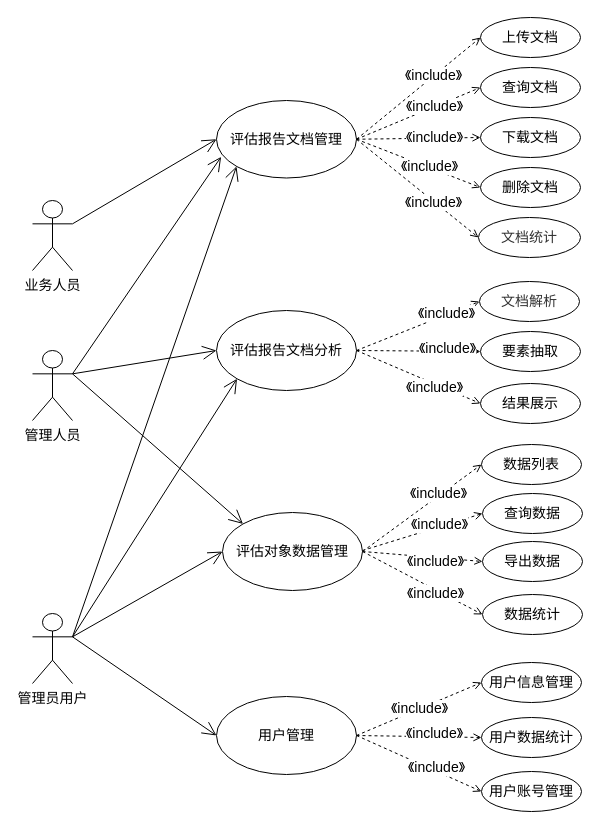
lang22/DocAI_UML keeps this draw.io diagram as user_case.drawio. Above is the earlier version. Source tidied: cells renumbered, new cells numbered last; positions are measured from the earlier drawing's top-left corner, leaving out a move shared by most shapes. Both pictures are drawn from the tidied source at 100%, with x=0, y=0 at pixel (32, 17).
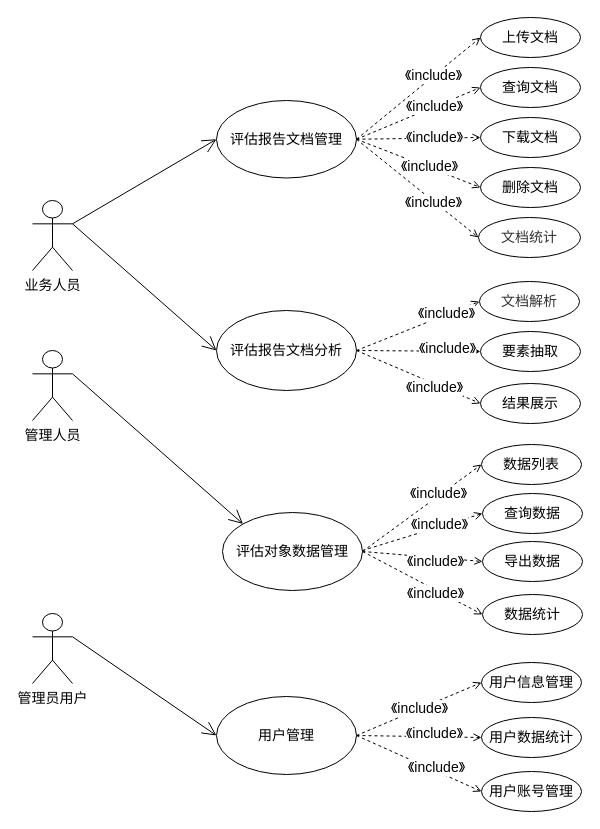
The same page after the edit.

Unchanged cells that the change refers to:
```xml
<mxCell id="6" value="评估报告文档管理" style="ellipse;whiteSpace=wrap;html=1;fontFamily=Arial;fontSize=14;" parent="1" vertex="1">
  <mxGeometry x="184" y="83" width="140" height="77.5" as="geometry" />
</mxCell>
<mxCell id="11" value="评估对象数据管理" style="ellipse;whiteSpace=wrap;html=1;fontFamily=Arial;fontSize=14;" parent="1" vertex="1">
  <mxGeometry x="190" y="495" width="140" height="78" as="geometry" />
</mxCell>
<mxCell id="24" value="评估报告文档分析" style="ellipse;whiteSpace=wrap;html=1;fontFamily=Arial;fontSize=14;" parent="1" vertex="1">
  <mxGeometry x="184" y="293" width="140" height="80" as="geometry" />
</mxCell>
<mxCell id="25" value="业务人员" style="shape=umlActor;verticalLabelPosition=bottom;verticalAlign=top;html=1;fontFamily=Arial;fontSize=14;" parent="1" vertex="1">
  <mxGeometry y="183" width="40" height="70" as="geometry" />
</mxCell>
<mxCell id="46" value="管理人员" style="shape=umlActor;verticalLabelPosition=bottom;verticalAlign=top;html=1;fontFamily=Arial;fontSize=14;" parent="1" vertex="1">
  <mxGeometry y="333" width="40" height="70" as="geometry" />
</mxCell>
<mxCell id="47" value="管理员用户" style="shape=umlActor;verticalLabelPosition=bottom;verticalAlign=top;html=1;fontFamily=Arial;fontSize=14;" parent="1" vertex="1">
  <mxGeometry y="596" width="40" height="70" as="geometry" />
</mxCell>
```

What changed in the source:
```diff
@@
-    <mxCell id="48" style="endArrow=open;endSize=12;html=1;rounded=0;exitX=1;exitY=0.3333333333333333;exitDx=0;exitDy=0;exitPerimeter=0;entryX=0.033;entryY=0.727;entryDx=0;entryDy=0;entryPerimeter=0;fontFamily=Arial;fontSize=14;" parent="1" edge="1" source="46" target="6">
-      <mxGeometry x="0.14" y="-19" relative="1" as="geometry" />
-    </mxCell>
-    <mxCell id="49" style="endArrow=open;endSize=12;html=1;rounded=0;exitX=1;exitY=0.3333333333333333;exitDx=0;exitDy=0;exitPerimeter=0;entryX=0;entryY=0.5;entryDx=0;entryDy=0;fontFamily=Arial;fontSize=14;" parent="1" edge="1" source="46" target="24">
-      <mxGeometry x="0.14" y="-19" relative="1" as="geometry" />
-    </mxCell>
@@
-    <mxCell id="51" style="endArrow=open;endSize=12;html=1;rounded=0;exitX=1;exitY=0.3333333333333333;exitDx=0;exitDy=0;exitPerimeter=0;entryX=0;entryY=0.5;entryDx=0;entryDy=0;fontFamily=Arial;fontSize=14;" parent="1" edge="1" source="47" target="11">
-      <mxGeometry x="0.14" y="-19" relative="1" as="geometry" />
-    </mxCell>
@@
-    <mxCell id="56" style="endArrow=open;endSize=12;html=1;rounded=0;exitX=1;exitY=0.3333333333333333;exitDx=0;exitDy=0;exitPerimeter=0;entryX=0;entryY=1;entryDx=0;entryDy=0;fontFamily=Arial;fontSize=14;" parent="1" edge="1" source="47" target="6">
-      <mxGeometry x="0.14" y="-19" relative="1" as="geometry" />
-    </mxCell>
-    <mxCell id="57" style="endArrow=open;endSize=12;html=1;rounded=0;exitX=1;exitY=0.3333333333333333;exitDx=0;exitDy=0;exitPerimeter=0;entryX=0;entryY=1;entryDx=0;entryDy=0;fontFamily=Arial;fontSize=14;" parent="1" edge="1" source="47" target="24">
-      <mxGeometry x="0.14" y="-19" relative="1" as="geometry" />
-    </mxCell>
@@
+    <mxCell id="61" style="endArrow=open;endSize=12;html=1;rounded=0;exitX=1;exitY=0.3333333333333333;exitDx=0;exitDy=0;exitPerimeter=0;entryX=0;entryY=0.5;entryDx=0;entryDy=0;fontFamily=Arial;fontSize=14;" parent="1" edge="1" source="25" target="24">
+      <mxGeometry x="0.14" y="-19" relative="1" as="geometry" />
+    </mxCell>
```
